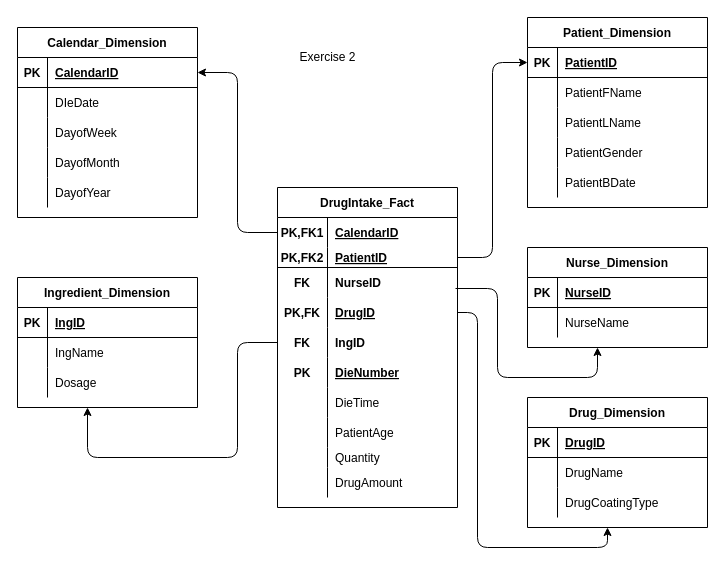
Above: Untitled Diagram.drawio in meetsomto/dbs (draw.io), before the change. Source tidied: cells renumbered, new cells numbered last; positions are measured from the earlier drawing's top-left corner, leaving out a move shared by most shapes. Both pictures are drawn from the tidied source at 100%, with x=0, y=0 at pixel (17, 17).
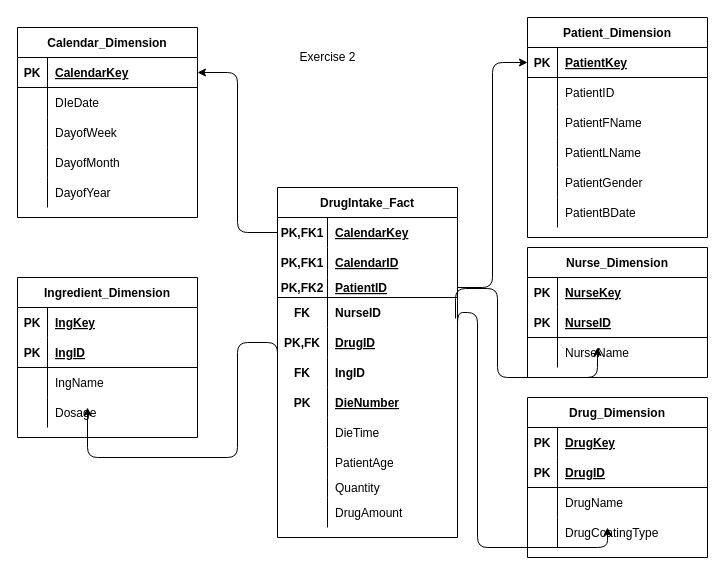
Above is the later version.

Unchanged cells that the change refers to:
```xml
<mxCell id="3" style="shape=partialRectangle;fillColor=none;top=0;left=0;bottom=0;right=0;points=[[0,0.5],[1,0.5]];portConstraint=eastwest;" parent="2" vertex="1">
  <mxGeometry y="30" width="180" height="30" as="geometry" />
</mxCell>
<mxCell id="34" style="shape=partialRectangle;fillColor=none;top=0;left=0;bottom=1;right=0;points=[[0,0.5],[1,0.5]];portConstraint=eastwest;" parent="33" vertex="1">
  <mxGeometry y="30" width="180" height="30" as="geometry" />
</mxCell>
<mxCell id="50" style="shape=partialRectangle;fillColor=none;top=0;left=0;bottom=1;right=0;points=[[0,0.5],[1,0.5]];portConstraint=eastwest;" parent="49" vertex="1">
  <mxGeometry y="30" width="180" height="30" as="geometry" />
</mxCell>
```

Diff of the diagram source:
```diff
@@
     <mxCell id="2" value="DrugIntake_Fact" style="shape=table;startSize=30;childLayout=tableLayout;rowLines=0;fontStyle=1;align=center;" parent="1" vertex="1">
-      <mxGeometry x="260" y="170" width="180" height="320" as="geometry" />
+      <mxGeometry x="260" y="170" width="180" height="350" as="geometry" />
     </mxCell>
@@
-    <mxCell id="5" value="CalendarID" style="shape=partialRectangle;fillColor=none;top=0;left=0;bottom=0;right=0;align=left;spacingLeft=6;fontStyle=5;overflow=hidden;" parent="3" vertex="1">
+    <mxCell id="5" value="CalendarKey" style="shape=partialRectangle;fillColor=none;top=0;left=0;bottom=0;right=0;align=left;spacingLeft=6;fontStyle=5;overflow=hidden;" parent="3" vertex="1">
       <mxGeometry x="50" width="130" height="30" as="geometry" />
     </mxCell>
+    <mxCell id="98" style="shape=partialRectangle;fillColor=none;top=0;left=0;bottom=0;right=0;" parent="2" vertex="1">
+      <mxGeometry y="60" width="180" height="30" as="geometry" />
+    </mxCell>
+    <mxCell id="99" value="PK,FK1" style="shape=partialRectangle;fillColor=none;top=0;left=0;bottom=0;right=0;fontStyle=1;overflow=hidden;" parent="98" vertex="1">
+      <mxGeometry width="50" height="30" as="geometry" />
+    </mxCell>
+    <mxCell id="100" value="CalendarID" style="shape=partialRectangle;fillColor=none;top=0;left=0;bottom=0;right=0;align=left;spacingLeft=6;fontStyle=5;overflow=hidden;" parent="98" vertex="1">
+      <mxGeometry x="50" width="130" height="30" as="geometry" />
+    </mxCell>
     <mxCell id="6" style="shape=partialRectangle;fillColor=none;top=0;left=0;bottom=1;right=0;points=[[0,0.5],[1,0.5]];portConstraint=eastwest;" parent="2" vertex="1">
-      <mxGeometry y="60" width="180" height="20" as="geometry" />
+      <mxGeometry y="90" width="180" height="20" as="geometry" />
     </mxCell>
@@
     <mxCell id="9" style="shape=partialRectangle;fillColor=none;top=0;left=0;bottom=0;right=0;" parent="2" vertex="1">
-      <mxGeometry y="80" width="180" height="30" as="geometry" />
+      <mxGeometry y="110" width="180" height="30" as="geometry" />
     </mxCell>
@@
     <mxCell id="12" style="shape=partialRectangle;fillColor=none;top=0;left=0;bottom=0;right=0;points=[[0,0.5],[1,0.5]];portConstraint=eastwest;" parent="2" vertex="1">
-      <mxGeometry y="110" width="180" height="30" as="geometry" />
+      <mxGeometry y="140" width="180" height="30" as="geometry" />
     </mxCell>
@@
     <mxCell id="15" style="shape=partialRectangle;fillColor=none;top=0;left=0;bottom=0;right=0;points=[[0,0.5],[1,0.5]];portConstraint=eastwest;" parent="2" vertex="1">
-      <mxGeometry y="140" width="180" height="30" as="geometry" />
+      <mxGeometry y="170" width="180" height="30" as="geometry" />
     </mxCell>
@@
     <mxCell id="18" style="shape=partialRectangle;fillColor=none;top=0;left=0;bottom=0;right=0;" parent="2" vertex="1">
-      <mxGeometry y="170" width="180" height="30" as="geometry" />
+      <mxGeometry y="200" width="180" height="30" as="geometry" />
     </mxCell>
@@
     <mxCell id="21" style="shape=partialRectangle;fillColor=none;top=0;left=0;bottom=0;right=0;" parent="2" vertex="1">
-      <mxGeometry y="200" width="180" height="30" as="geometry" />
+      <mxGeometry y="230" width="180" height="30" as="geometry" />
     </mxCell>
@@
     <mxCell id="24" style="shape=partialRectangle;fillColor=none;top=0;left=0;bottom=0;right=0;" parent="2" vertex="1">
-      <mxGeometry y="230" width="180" height="30" as="geometry" />
+      <mxGeometry y="260" width="180" height="30" as="geometry" />
     </mxCell>
@@
     <mxCell id="27" style="shape=partialRectangle;fillColor=none;top=0;left=0;bottom=0;right=0;" parent="2" vertex="1">
-      <mxGeometry y="260" width="180" height="20" as="geometry" />
+      <mxGeometry y="290" width="180" height="20" as="geometry" />
     </mxCell>
@@
     <mxCell id="30" style="shape=partialRectangle;fillColor=none;top=0;left=0;bottom=0;right=0;" parent="2" vertex="1">
-      <mxGeometry y="280" width="180" height="30" as="geometry" />
+      <mxGeometry y="310" width="180" height="30" as="geometry" />
     </mxCell>
@@
-    <mxCell id="36" value="CalendarID" style="shape=partialRectangle;fillColor=none;top=0;left=0;bottom=0;right=0;align=left;spacingLeft=6;fontStyle=5;overflow=hidden;" parent="34" vertex="1">
+    <mxCell id="36" value="CalendarKey" style="shape=partialRectangle;fillColor=none;top=0;left=0;bottom=0;right=0;align=left;spacingLeft=6;fontStyle=5;overflow=hidden;" parent="34" vertex="1">
       <mxGeometry x="30" width="150" height="30" as="geometry" />
     </mxCell>
@@
     <mxCell id="49" value="Patient_Dimension" style="shape=table;startSize=30;childLayout=tableLayout;rowLines=0;fontStyle=1;align=center;" parent="1" vertex="1">
-      <mxGeometry x="510" width="180" height="190" as="geometry" />
+      <mxGeometry x="510" width="180" height="220" as="geometry" />
     </mxCell>
@@
-    <mxCell id="52" value="PatientID" style="shape=partialRectangle;fillColor=none;top=0;left=0;bottom=0;right=0;align=left;spacingLeft=6;fontStyle=5;overflow=hidden;" parent="50" vertex="1">
+    <mxCell id="52" value="PatientKey" style="shape=partialRectangle;fillColor=none;top=0;left=0;bottom=0;right=0;align=left;spacingLeft=6;fontStyle=5;overflow=hidden;" parent="50" vertex="1">
       <mxGeometry x="30" width="150" height="30" as="geometry" />
     </mxCell>
+    <mxCell id="101" style="shape=partialRectangle;fillColor=none;top=0;left=0;bottom=0;right=0;" parent="49" vertex="1">
+      <mxGeometry y="60" width="180" height="30" as="geometry" />
+    </mxCell>
+    <mxCell id="102" style="shape=partialRectangle;fillColor=none;top=0;left=0;bottom=0;right=0;overflow=hidden;" parent="101" vertex="1">
+      <mxGeometry width="30" height="30" as="geometry" />
+    </mxCell>
+    <mxCell id="103" value="PatientID" style="shape=partialRectangle;fillColor=none;top=0;left=0;bottom=0;right=0;align=left;spacingLeft=6;overflow=hidden;" parent="101" vertex="1">
+      <mxGeometry x="30" width="150" height="30" as="geometry" />
+    </mxCell>
     <mxCell id="53" style="shape=partialRectangle;fillColor=none;top=0;left=0;bottom=0;right=0;" parent="49" vertex="1">
-      <mxGeometry y="60" width="180" height="30" as="geometry" />
+      <mxGeometry y="90" width="180" height="30" as="geometry" />
     </mxCell>
@@
     <mxCell id="56" style="shape=partialRectangle;fillColor=none;top=0;left=0;bottom=0;right=0;" parent="49" vertex="1">
-      <mxGeometry y="90" width="180" height="30" as="geometry" />
+      <mxGeometry y="120" width="180" height="30" as="geometry" />
     </mxCell>
@@
     <mxCell id="59" style="shape=partialRectangle;fillColor=none;top=0;left=0;bottom=0;right=0;" parent="49" vertex="1">
-      <mxGeometry y="120" width="180" height="30" as="geometry" />
+      <mxGeometry y="150" width="180" height="30" as="geometry" />
     </mxCell>
@@
     <mxCell id="62" style="shape=partialRectangle;fillColor=none;top=0;left=0;bottom=0;right=0;" parent="49" vertex="1">
-      <mxGeometry y="150" width="180" height="30" as="geometry" />
+      <mxGeometry y="180" width="180" height="30" as="geometry" />
     </mxCell>
@@
     <mxCell id="65" value="Ingredient_Dimension" style="shape=table;startSize=30;childLayout=tableLayout;rowLines=0;fontStyle=1;align=center;" parent="1" vertex="1">
-      <mxGeometry y="260" width="180" height="130" as="geometry" />
+      <mxGeometry y="260" width="180" height="160" as="geometry" />
     </mxCell>
+    <mxCell id="104" style="shape=partialRectangle;fillColor=none;top=0;left=0;bottom=0;right=0;" parent="65" vertex="1">
+      <mxGeometry y="30" width="180" height="30" as="geometry" />
+    </mxCell>
+    <mxCell id="105" value="PK" style="shape=partialRectangle;fillColor=none;top=0;left=0;bottom=0;right=0;fontStyle=1;overflow=hidden;" parent="104" vertex="1">
+      <mxGeometry width="30" height="30" as="geometry" />
+    </mxCell>
+    <mxCell id="106" value="IngKey" style="shape=partialRectangle;fillColor=none;top=0;left=0;bottom=0;right=0;align=left;spacingLeft=6;fontStyle=5;overflow=hidden;" parent="104" vertex="1">
+      <mxGeometry x="30" width="150" height="30" as="geometry" />
+    </mxCell>
     <mxCell id="66" style="shape=partialRectangle;fillColor=none;top=0;left=0;bottom=1;right=0;" parent="65" vertex="1">
-      <mxGeometry y="30" width="180" height="30" as="geometry" />
+      <mxGeometry y="60" width="180" height="30" as="geometry" />
     </mxCell>
@@
     <mxCell id="69" style="shape=partialRectangle;fillColor=none;top=0;left=0;bottom=0;right=0;" parent="65" vertex="1">
-      <mxGeometry y="60" width="180" height="30" as="geometry" />
+      <mxGeometry y="90" width="180" height="30" as="geometry" />
     </mxCell>
@@
     <mxCell id="72" style="shape=partialRectangle;fillColor=none;top=0;left=0;bottom=0;right=0;" parent="65" vertex="1">
-      <mxGeometry y="90" width="180" height="30" as="geometry" />
+      <mxGeometry y="120" width="180" height="30" as="geometry" />
     </mxCell>
@@
     <mxCell id="75" value="Drug_Dimension" style="shape=table;startSize=30;childLayout=tableLayout;rowLines=0;fontStyle=1;align=center;" parent="1" vertex="1">
-      <mxGeometry x="510" y="380" width="180" height="130" as="geometry" />
+      <mxGeometry x="510" y="380" width="180" height="160" as="geometry" />
     </mxCell>
+    <mxCell id="107" style="shape=partialRectangle;fillColor=none;top=0;left=0;bottom=0;right=0;" parent="75" vertex="1">
+      <mxGeometry y="30" width="180" height="30" as="geometry" />
+    </mxCell>
+    <mxCell id="108" value="PK" style="shape=partialRectangle;fillColor=none;top=0;left=0;bottom=0;right=0;fontStyle=1;overflow=hidden;" parent="107" vertex="1">
+      <mxGeometry width="30" height="30" as="geometry" />
+    </mxCell>
+    <mxCell id="109" value="DrugKey" style="shape=partialRectangle;fillColor=none;top=0;left=0;bottom=0;right=0;align=left;spacingLeft=6;fontStyle=5;overflow=hidden;" parent="107" vertex="1">
+      <mxGeometry x="30" width="150" height="30" as="geometry" />
+    </mxCell>
     <mxCell id="76" style="shape=partialRectangle;fillColor=none;top=0;left=0;bottom=1;right=0;" parent="75" vertex="1">
-      <mxGeometry y="30" width="180" height="30" as="geometry" />
+      <mxGeometry y="60" width="180" height="30" as="geometry" />
     </mxCell>
@@
     <mxCell id="79" style="shape=partialRectangle;fillColor=none;top=0;left=0;bottom=0;right=0;" parent="75" vertex="1">
-      <mxGeometry y="60" width="180" height="30" as="geometry" />
+      <mxGeometry y="90" width="180" height="30" as="geometry" />
     </mxCell>
@@
     <mxCell id="82" style="shape=partialRectangle;fillColor=none;top=0;left=0;bottom=0;right=0;" parent="75" vertex="1">
-      <mxGeometry y="90" width="180" height="30" as="geometry" />
+      <mxGeometry y="120" width="180" height="30" as="geometry" />
     </mxCell>
@@
     <mxCell id="85" value="Nurse_Dimension" style="shape=table;startSize=30;childLayout=tableLayout;rowLines=0;fontStyle=1;align=center;" parent="1" vertex="1">
-      <mxGeometry x="510" y="230" width="180" height="100" as="geometry" />
+      <mxGeometry x="510" y="230" width="180" height="130" as="geometry" />
     </mxCell>
+    <mxCell id="110" style="shape=partialRectangle;fillColor=none;top=0;left=0;bottom=0;right=0;" parent="85" vertex="1">
+      <mxGeometry y="30" width="180" height="30" as="geometry" />
+    </mxCell>
+    <mxCell id="111" value="PK" style="shape=partialRectangle;fillColor=none;top=0;left=0;bottom=0;right=0;fontStyle=1;overflow=hidden;" parent="110" vertex="1">
+      <mxGeometry width="30" height="30" as="geometry" />
+    </mxCell>
+    <mxCell id="112" value="NurseKey" style="shape=partialRectangle;fillColor=none;top=0;left=0;bottom=0;right=0;align=left;spacingLeft=6;fontStyle=5;overflow=hidden;" parent="110" vertex="1">
+      <mxGeometry x="30" width="150" height="30" as="geometry" />
+    </mxCell>
     <mxCell id="86" style="shape=partialRectangle;fillColor=none;top=0;left=0;bottom=1;right=0;" parent="85" vertex="1">
-      <mxGeometry y="30" width="180" height="30" as="geometry" />
+      <mxGeometry y="60" width="180" height="30" as="geometry" />
     </mxCell>
@@
     <mxCell id="89" style="shape=partialRectangle;fillColor=none;top=0;left=0;bottom=0;right=0;" parent="85" vertex="1">
-      <mxGeometry y="60" width="180" height="30" as="geometry" />
+      <mxGeometry y="90" width="180" height="30" as="geometry" />
     </mxCell>
```
